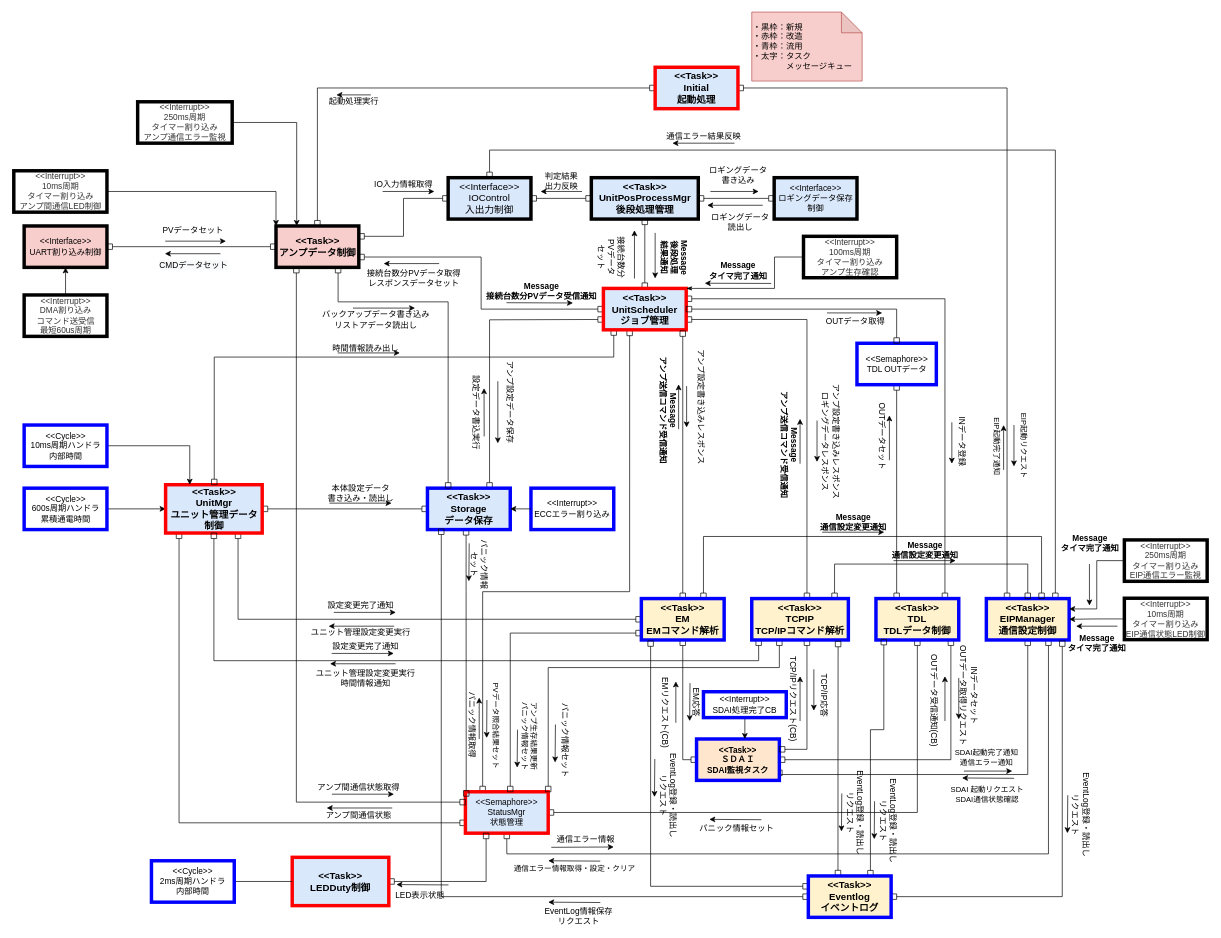
The draw.io diagram page "RevC_動的構造" (4 of 4) of NWユニット_アーキテクチャ図.drawio in YutaSuzukiGARI/nwunit, before the edit. Source tidied: cells renumbered, new cells numbered last; positions are measured from the earlier drawing's top-left corner, leaving out a move shared by most shapes. Both pictures are drawn from the tidied source at 69%, with x=0, y=0 at pixel (13, 12).
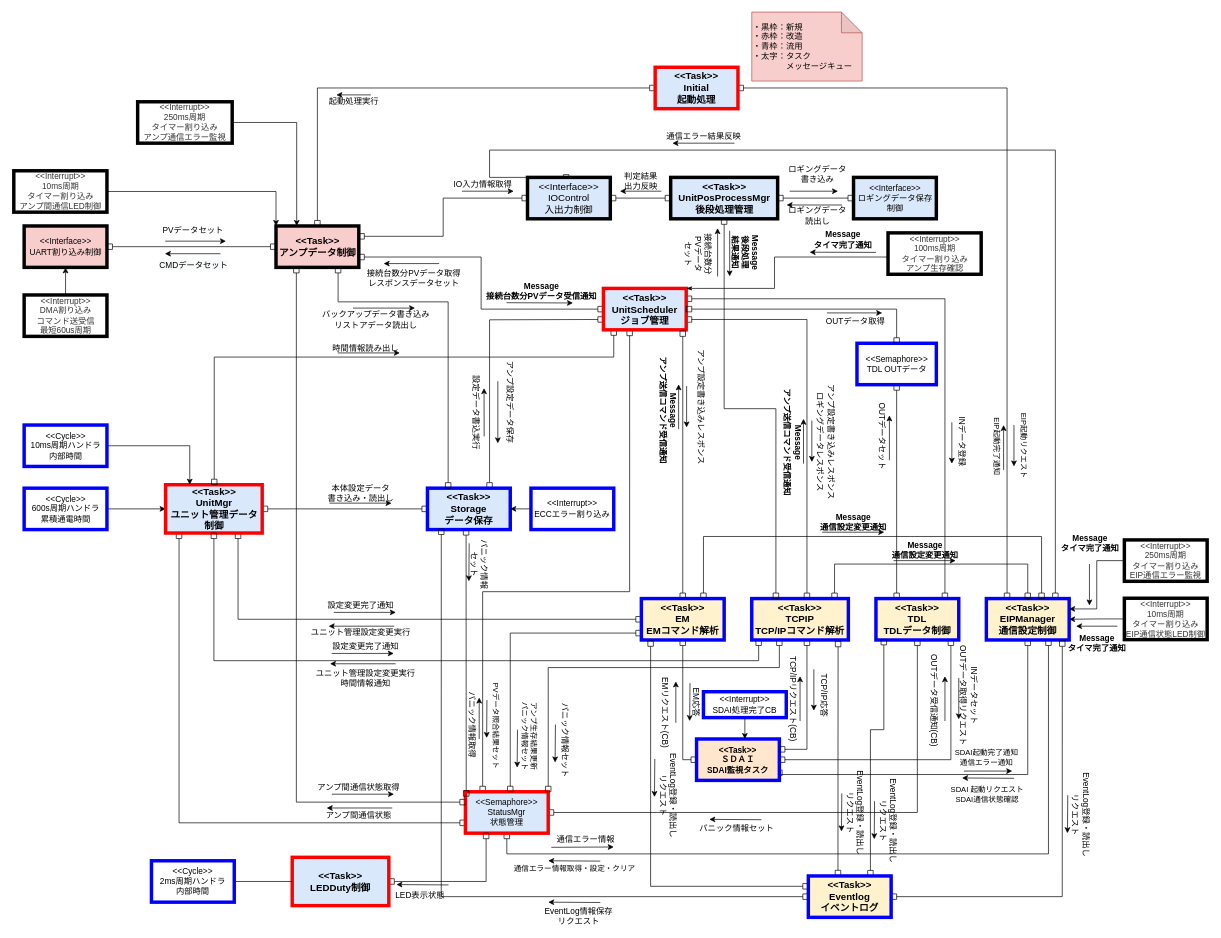
The same page after the edit.

Unchanged cells that the change refers to:
```xml
<mxCell id="63" value="&amp;lt;&amp;lt;Task&amp;gt;&amp;gt;&lt;br&gt;TCPIP&lt;br style=&quot;font-size: 14px&quot;&gt;TCP/IPコマンド解析" style="rounded=0;whiteSpace=wrap;html=1;fillColor=#fff2cc;strokeColor=#0000FF;strokeWidth=5;fontStyle=1;fontSize=14;" parent="1" vertex="1">
  <mxGeometry x="1070" y="850" width="140" height="60" as="geometry" />
</mxCell>
<mxCell id="77" value="&lt;span style=&quot;font-size: 14px ; font-weight: 700&quot;&gt;&amp;lt;&amp;lt;Task&amp;gt;&amp;gt;&lt;/span&gt;&lt;br style=&quot;font-size: 14px ; font-weight: 700&quot;&gt;&lt;span style=&quot;font-size: 14px ; font-weight: 700&quot;&gt;UnitScheduler&lt;/span&gt;&lt;br style=&quot;font-size: 14px ; font-weight: 700&quot;&gt;&lt;span style=&quot;font-size: 14px ; font-weight: 700&quot;&gt;ジョブ管理&lt;/span&gt;" style="rounded=0;whiteSpace=wrap;html=1;fillColor=#dae8fc;strokeColor=#FF0000;strokeWidth=5;" parent="1" vertex="1">
  <mxGeometry x="855" y="400.5" width="120" height="60" as="geometry" />
</mxCell>
```

Diff of the diagram source:
```diff
@@
     <mxCell id="48" value="&lt;span style=&quot;font-size: 12px ; background-color: rgb(248 , 249 , 250)&quot;&gt;&lt;br&gt;&lt;/span&gt;" style="edgeLabel;html=1;align=center;verticalAlign=middle;" parent="1" vertex="1">
-      <mxGeometry x="1055.8" y="290" as="geometry">
+      <mxGeometry x="1170.8" y="289.6" as="geometry">
         <mxPoint x="-10" y="5" as="offset" />
       </mxGeometry>
     </mxCell>
@@
     <mxCell id="67" value="Message&lt;br&gt;アンプ送信コマンド受信通知" style="text;html=1;align=center;verticalAlign=middle;fontColor=#000000;rotation=90;fontStyle=1;" parent="1" vertex="1">
-      <mxGeometry x="1040" y="612" width="170" height="30" as="geometry" />
+      <mxGeometry x="1045" y="608.5" width="170" height="30" as="geometry" />
     </mxCell>
     <mxCell id="68" style="endArrow=classic;html=1;fontColor=#FF3333;" parent="1" edge="1">
       <mxGeometry relative="1" as="geometry">
-        <mxPoint x="1140" y="654.5" as="sourcePoint" />
-        <mxPoint x="1140" y="589.5" as="targetPoint" />
+        <mxPoint x="1145" y="654.5" as="sourcePoint" />
+        <mxPoint x="1145" y="589.5" as="targetPoint" />
       </mxGeometry>
     </mxCell>
     <mxCell id="69" style="endArrow=classic;html=1;fontColor=#FF3333;" parent="1" edge="1">
       <mxGeometry relative="1" as="geometry">
-        <mxPoint x="1164.6" y="592" as="sourcePoint" />
-        <mxPoint x="1164.6" y="652" as="targetPoint" />
+        <mxPoint x="1157.1" y="592" as="sourcePoint" />
+        <mxPoint x="1157.1" y="652" as="targetPoint" />
       </mxGeometry>
     </mxCell>
     <mxCell id="70" value="アンプ設定書き込みレスポンス&lt;br&gt;ロギングデータレスポンス" style="text;html=1;align=center;verticalAlign=middle;rotation=90;" parent="1" vertex="1">
-      <mxGeometry x="1095" y="607" width="180" height="30" as="geometry" />
+      <mxGeometry x="1087.5" y="607" width="180" height="30" as="geometry" />
     </mxCell>
     <mxCell id="71" style="endArrow=classic;html=1;fontColor=#FF3333;" parent="1" edge="1">
       <mxGeometry relative="1" as="geometry">
-        <mxPoint x="1086" y="280" as="sourcePoint" />
-        <mxPoint x="1005.5" y="280" as="targetPoint" />
+        <mxPoint x="1201" y="279.6" as="sourcePoint" />
+        <mxPoint x="1120.5" y="279.6" as="targetPoint" />
       </mxGeometry>
     </mxCell>
@@
-    <mxCell id="75" style="edgeStyle=orthogonalEdgeStyle;rounded=0;jettySize=auto;html=1;entryX=0.5;entryY=1;entryDx=0;entryDy=0;fontSize=20;startArrow=box;startFill=0;endArrow=box;endFill=0;" parent="1" edge="1" source="77" target="138">
+    <mxCell id="75" style="edgeStyle=orthogonalEdgeStyle;rounded=0;jettySize=auto;html=1;entryX=0.5;entryY=1;entryDx=0;entryDy=0;fontSize=20;startArrow=box;startFill=0;endArrow=box;endFill=0;exitX=0.25;exitY=0;exitDx=0;exitDy=0;" parent="1" edge="1" source="63" target="138">
       <mxGeometry relative="1" as="geometry" />
     </mxCell>
@@
     <mxCell id="138" value="&lt;span style=&quot;font-size: 14px ; font-weight: 700&quot;&gt;&amp;lt;&amp;lt;Task&amp;gt;&amp;gt;&lt;/span&gt;&lt;br style=&quot;font-size: 14px ; font-weight: 700&quot;&gt;&lt;span style=&quot;font-size: 14px ; font-weight: 700&quot;&gt;UnitPosProcessMgr&lt;/span&gt;&lt;br style=&quot;font-size: 14px ; font-weight: 700&quot;&gt;&lt;span style=&quot;font-size: 14px ; font-weight: 700&quot;&gt;後段処理管理&lt;/span&gt;" style="rounded=0;whiteSpace=wrap;html=1;fillColor=#dae8fc;strokeColor=#000000;strokeWidth=5;" parent="1" vertex="1">
-      <mxGeometry x="837.5" y="240" width="155" height="60" as="geometry" />
+      <mxGeometry x="952.5" y="239.6" width="155" height="60" as="geometry" />
     </mxCell>
     <mxCell id="139" value="&amp;lt;&amp;lt;Interface&amp;gt;&amp;gt;&lt;br&gt;ロギングデータ保存制御" style="rounded=0;whiteSpace=wrap;html=1;fillColor=#dae8fc;strokeColor=#000000;strokeWidth=5;" parent="1" vertex="1">
-      <mxGeometry x="1102.5" y="240" width="120" height="60" as="geometry" />
+      <mxGeometry x="1217.5" y="239.6" width="120" height="60" as="geometry" />
     </mxCell>
     <mxCell id="140" value="&lt;span style=&quot;font-family: &amp;#34;helvetica&amp;#34;&quot;&gt;ロギングデータ&lt;/span&gt;&lt;br style=&quot;font-family: &amp;#34;helvetica&amp;#34;&quot;&gt;&lt;span style=&quot;font-family: &amp;#34;helvetica&amp;#34;&quot;&gt;読出し&lt;/span&gt;" style="text;html=1;align=center;verticalAlign=middle;" parent="1" vertex="1">
-      <mxGeometry x="1002.5" y="290" width="100" height="30" as="geometry" />
+      <mxGeometry x="1115" y="280" width="100" height="30" as="geometry" />
     </mxCell>
     <mxCell id="141" value="&lt;span style=&quot;font-family: &amp;#34;helvetica&amp;#34;&quot;&gt;ロギングデータ&lt;/span&gt;&lt;br style=&quot;font-family: &amp;#34;helvetica&amp;#34;&quot;&gt;&lt;span style=&quot;font-family: &amp;#34;helvetica&amp;#34;&quot;&gt;書き込み&lt;/span&gt;" style="text;html=1;align=center;verticalAlign=middle;" parent="1" vertex="1">
-      <mxGeometry x="1000" y="220.7" width="100" height="30" as="geometry" />
+      <mxGeometry x="1115" y="220.4" width="100" height="30" as="geometry" />
     </mxCell>
     <mxCell id="142" style="endArrow=classic;html=1;fontColor=#FF3333;" parent="1" edge="1">
       <mxGeometry relative="1" as="geometry">
-        <mxPoint x="1010" y="260" as="sourcePoint" />
-        <mxPoint x="1080" y="260" as="targetPoint" />
+        <mxPoint x="1125" y="259.6" as="sourcePoint" />
+        <mxPoint x="1195" y="259.6" as="targetPoint" />
       </mxGeometry>
     </mxCell>
@@
     <mxCell id="144" value="&lt;span style=&quot;font-weight: normal&quot;&gt;&amp;lt;&amp;lt;Interface&amp;gt;&amp;gt;&lt;br style=&quot;font-size: 14px&quot;&gt;IOControl&lt;br&gt;入出力制御&lt;/span&gt;" style="rounded=0;whiteSpace=wrap;html=1;fillColor=#dae8fc;strokeColor=#000000;strokeWidth=5;fontStyle=1;fontSize=14;" parent="1" vertex="1">
-      <mxGeometry x="630" y="240" width="120" height="60" as="geometry" />
+      <mxGeometry x="745" y="239.6" width="120" height="60" as="geometry" />
     </mxCell>
     <mxCell id="145" value="IO入力情報取得" style="text;html=1;align=center;verticalAlign=middle;" parent="1" vertex="1">
-      <mxGeometry x="515" y="240" width="100" height="20" as="geometry" />
+      <mxGeometry x="630" y="239.6" width="100" height="20" as="geometry" />
     </mxCell>
     <mxCell id="146" style="endArrow=classic;html=1;fontColor=#FF3333;" parent="1" edge="1">
       <mxGeometry relative="1" as="geometry">
-        <mxPoint x="535" y="260" as="sourcePoint" />
-        <mxPoint x="610" y="260" as="targetPoint" />
+        <mxPoint x="650" y="259.6" as="sourcePoint" />
+        <mxPoint x="725" y="259.6" as="targetPoint" />
       </mxGeometry>
     </mxCell>
     <mxCell id="147" value="判定結果&lt;br&gt;出力反映" style="text;html=1;align=center;verticalAlign=middle;" parent="1" vertex="1">
-      <mxGeometry x="764" y="230" width="60" height="30" as="geometry" />
+      <mxGeometry x="879" y="229.6" width="60" height="30" as="geometry" />
     </mxCell>
     <mxCell id="148" style="endArrow=classic;html=1;fontColor=#FF3333;" parent="1" edge="1">
       <mxGeometry relative="1" as="geometry">
-        <mxPoint x="824" y="260" as="sourcePoint" />
-        <mxPoint x="764" y="260" as="targetPoint" />
+        <mxPoint x="939" y="259.6" as="sourcePoint" />
+        <mxPoint x="879" y="259.6" as="targetPoint" />
       </mxGeometry>
     </mxCell>
     <mxCell id="149" value="接続台数分&lt;br&gt;PVデータ&lt;br&gt;セット" style="text;html=1;align=center;verticalAlign=middle;rotation=90;" parent="1" vertex="1">
-      <mxGeometry x="826" y="330" width="80" height="50" as="geometry" />
+      <mxGeometry x="952.5" y="325" width="80" height="50" as="geometry" />
     </mxCell>
     <mxCell id="150" style="endArrow=classic;html=1;fontColor=#FF3333;" parent="1" edge="1">
       <mxGeometry relative="1" as="geometry">
-        <mxPoint x="930" y="320" as="sourcePoint" />
-        <mxPoint x="930" y="386" as="targetPoint" />
+        <mxPoint x="1038" y="317" as="sourcePoint" />
+        <mxPoint x="1038" y="383" as="targetPoint" />
       </mxGeometry>
     </mxCell>
     <mxCell id="151" style="endArrow=classic;html=1;fontColor=#FF3333;" parent="1" edge="1">
       <mxGeometry relative="1" as="geometry">
-        <mxPoint x="900" y="386.2" as="sourcePoint" />
-        <mxPoint x="900" y="316.2" as="targetPoint" />
+        <mxPoint x="1020.5" y="383.2" as="sourcePoint" />
+        <mxPoint x="1020.5" y="313.2" as="targetPoint" />
       </mxGeometry>
     </mxCell>
     <mxCell id="152" value="Message&lt;br&gt;後段処理&lt;br&gt;結果通知" style="text;html=1;align=center;verticalAlign=middle;fontStyle=1;rotation=90;" parent="1" vertex="1">
-      <mxGeometry x="922.5" y="330" width="70" height="50" as="geometry" />
+      <mxGeometry x="1025" y="323.2" width="70" height="50" as="geometry" />
     </mxCell>
@@
     <mxCell id="167" value="&amp;lt;&amp;lt;Interrupt&amp;gt;&amp;gt;&lt;br&gt;100ms周期&lt;br&gt;タイマー割り込み&lt;br&gt;アンプ生存確認" style="rounded=0;whiteSpace=wrap;html=1;fillColor=#FFFFFF;strokeColor=#000000;strokeWidth=5;fontColor=#333333;" parent="1" vertex="1">
-      <mxGeometry x="1145" y="325" width="135" height="60" as="geometry" />
+      <mxGeometry x="1267.5" y="320" width="135" height="60" as="geometry" />
     </mxCell>
@@
     <mxCell id="176" value="Message&lt;br&gt;タイマ完了通知" style="text;html=1;align=center;verticalAlign=middle;fontStyle=1;" parent="1" vertex="1">
-      <mxGeometry x="1000" y="360" width="100" height="30" as="geometry" />
+      <mxGeometry x="1152" y="315" width="100" height="30" as="geometry" />
     </mxCell>
     <mxCell id="177" style="endArrow=none;html=1;fontColor=#FF3333;entryX=0.899;entryY=1.017;entryDx=0;entryDy=0;entryPerimeter=0;endFill=0;startArrow=classic;startFill=1;" parent="1" edge="1">
       <mxGeometry relative="1" as="geometry">
-        <mxPoint x="1001.9" y="393" as="sourcePoint" />
-        <mxPoint x="1098.1" y="393.3" as="targetPoint" />
+        <mxPoint x="1153.9" y="348" as="sourcePoint" />
+        <mxPoint x="1250.1" y="348.3" as="targetPoint" />
       </mxGeometry>
     </mxCell>
```
